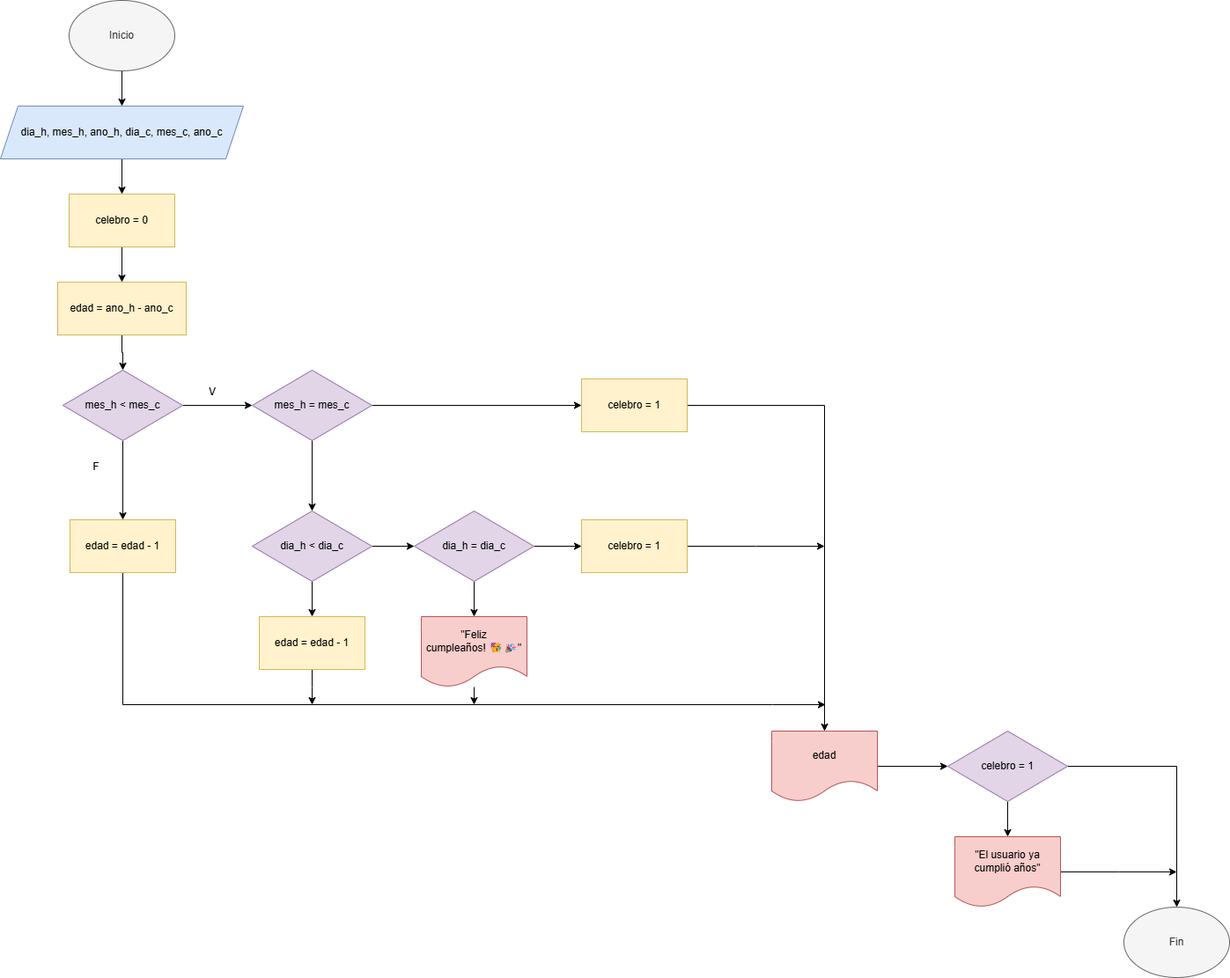
Earlier version of the draw.io export Retos/images/Reto4.png (hacUPB/prog-2510-eval-u2-SantiagoRios514). Source tidied: cells renumbered, new cells last; positions are measured from the earlier drawing's top-left corner, leaving out a move shared by most shapes.
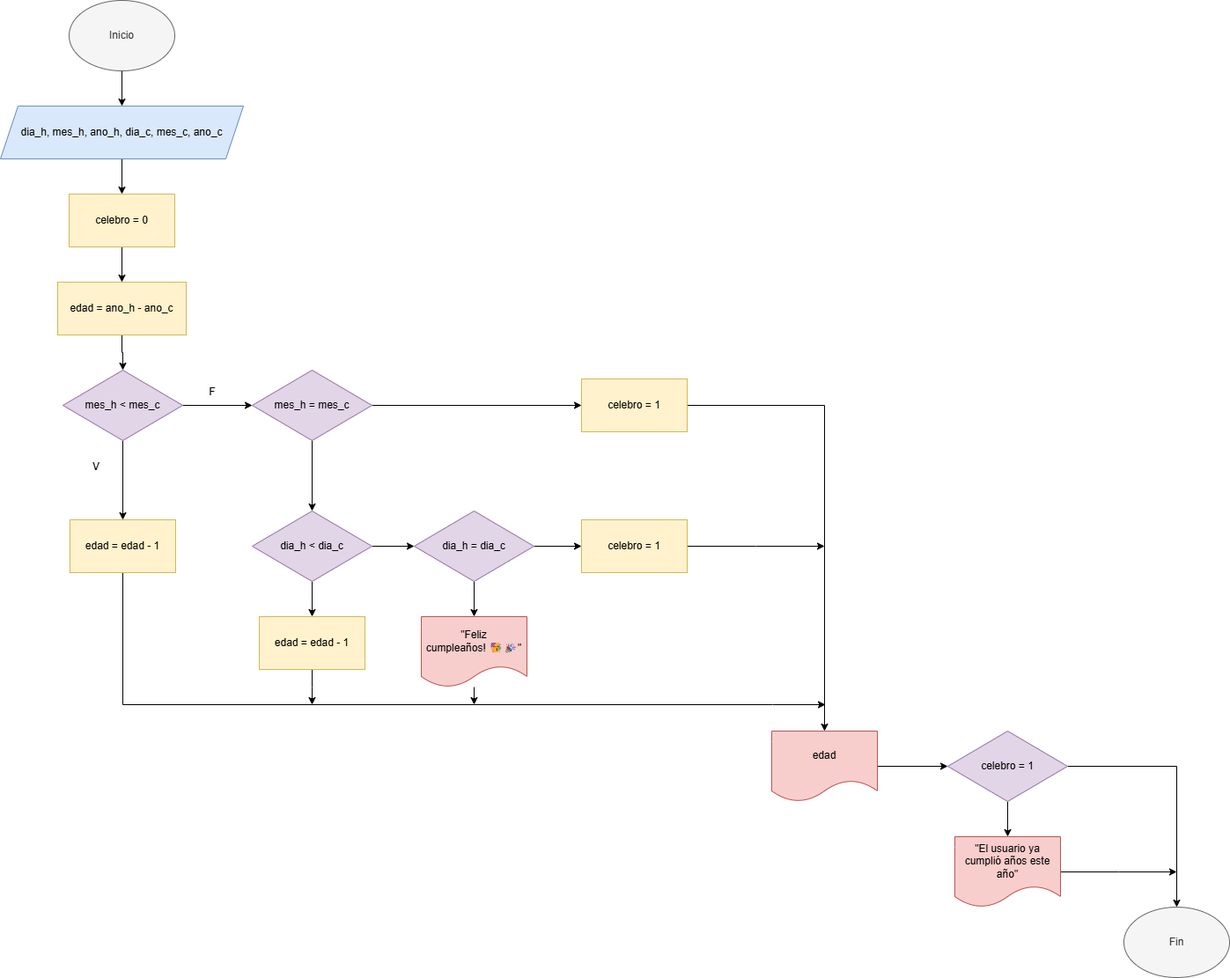
Later version of the same file.

What changed in the source:
```diff
@@ -125,16 +125,16 @@
         <mxPoint x="1336" y="990" as="targetPoint" />
       </mxGeometry>
     </mxCell>
-    <mxCell id="38" value="&quot;El usuario ya cumplió años&quot;" style="shape=document;whiteSpace=wrap;html=1;boundedLbl=1;fillColor=#f8cecc;strokeColor=#b85450;" parent="1" vertex="1">
+    <mxCell id="38" value="&quot;El usuario ya cumplió años este año&quot;" style="shape=document;whiteSpace=wrap;html=1;boundedLbl=1;fillColor=#f8cecc;strokeColor=#b85450;" parent="1" vertex="1">
       <mxGeometry x="1084" y="950" width="120" height="80" as="geometry" />
     </mxCell>
     <mxCell id="39" value="Fin" style="ellipse;whiteSpace=wrap;html=1;fillColor=#f5f5f5;fontColor=#333333;strokeColor=#666666;" parent="1" vertex="1">
       <mxGeometry x="1276" y="1030" width="120" height="80" as="geometry" />
     </mxCell>
-    <mxCell id="40" value="V" style="text;html=1;align=center;verticalAlign=middle;whiteSpace=wrap;rounded=0;" parent="1" vertex="1">
+    <mxCell id="40" value="F" style="text;html=1;align=center;verticalAlign=middle;whiteSpace=wrap;rounded=0;" parent="1" vertex="1">
       <mxGeometry x="211" y="430" width="60" height="30" as="geometry" />
     </mxCell>
-    <mxCell id="41" value="F" style="text;html=1;align=center;verticalAlign=middle;whiteSpace=wrap;rounded=0;" parent="1" vertex="1">
+    <mxCell id="41" value="V" style="text;html=1;align=center;verticalAlign=middle;whiteSpace=wrap;rounded=0;" parent="1" vertex="1">
       <mxGeometry x="79" y="515" width="60" height="30" as="geometry" />
     </mxCell>
   </root>
```
